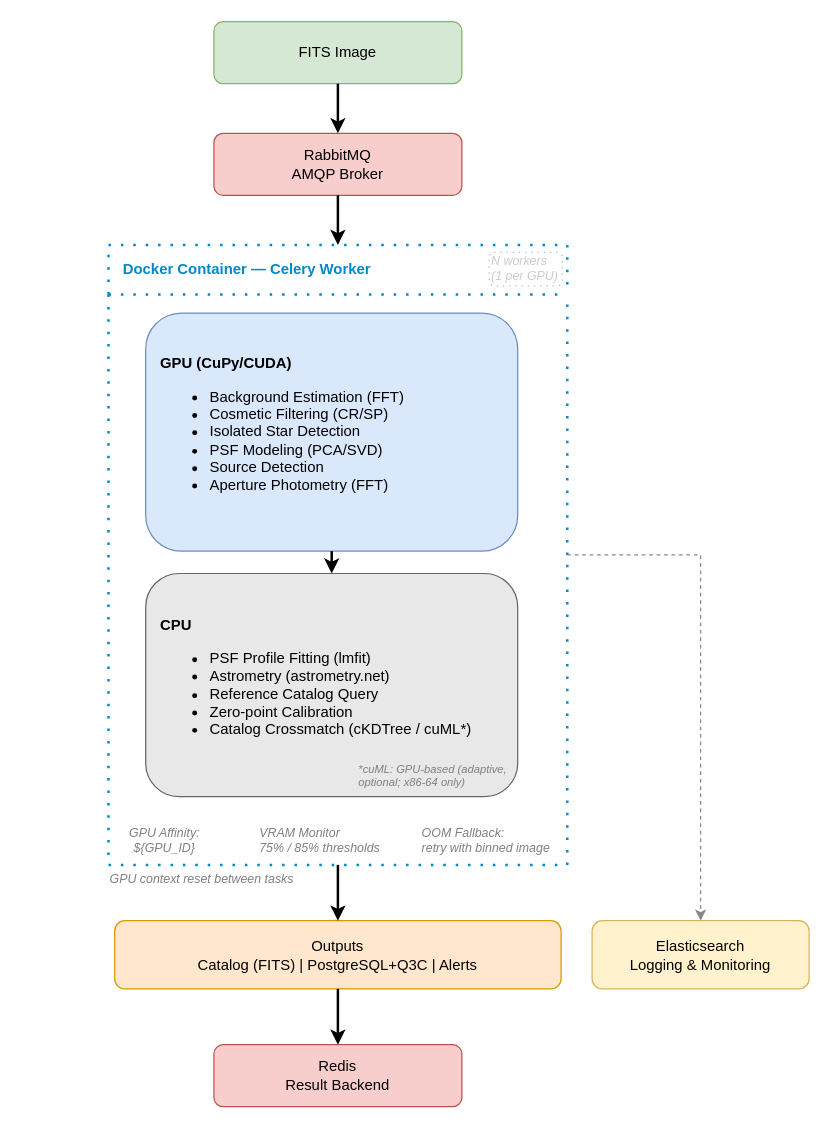
Before: GPUPhot.drawio.xml in Light-Bridges/GPUPhot, a draw.io diagram. Source tidied: cells renumbered, new cells numbered last; positions are measured from the earlier drawing's top-left corner, leaving out a move shared by most shapes. Both pictures are drawn from the tidied source at 124%, with x=0, y=0 at pixel (21, 21).
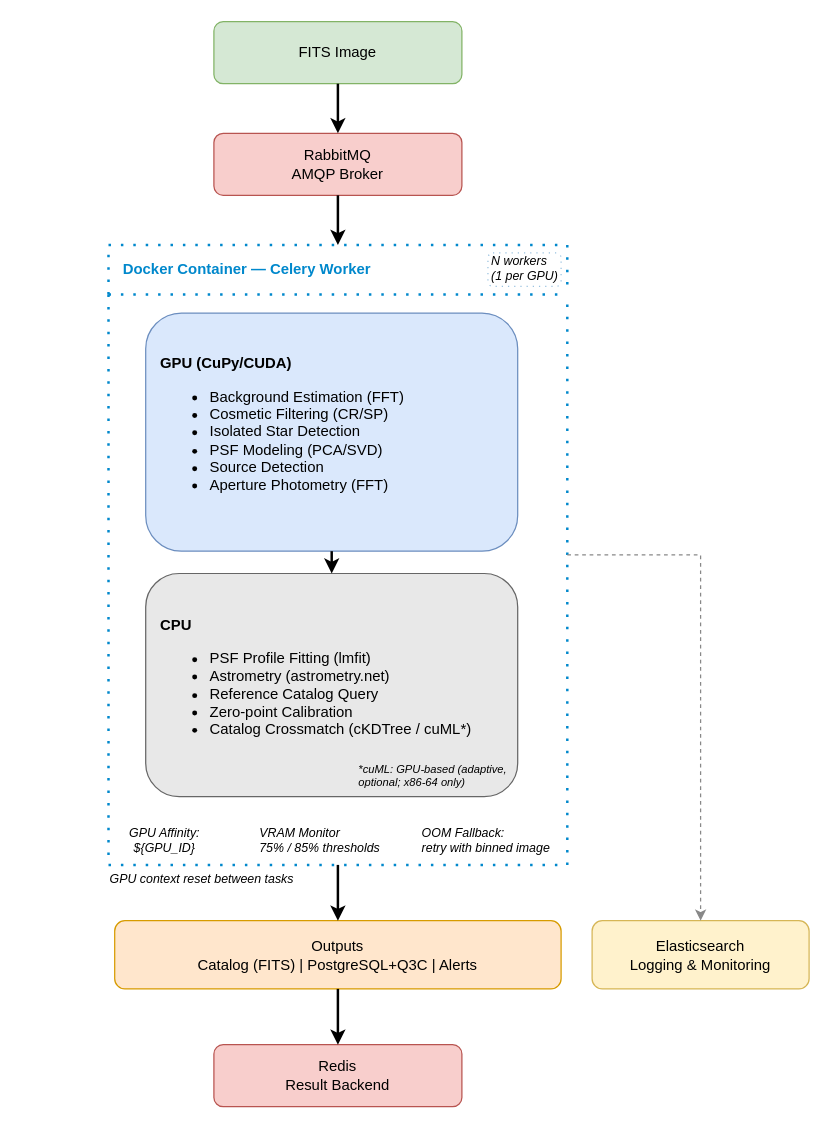
After the change.

The change refers to these unchanged cells:
```xml
<mxCell id="4" value="&lt;b&gt;Docker Container — Celery Worker&lt;/b&gt;" style="swimlane;whiteSpace=wrap;html=1;dashed=1;dashPattern=1 4;strokeColor=#0088cc;fillColor=none;fontColor=#0088cc;startSize=40;strokeWidth=2;align=left;spacingLeft=10;" parent="1" vertex="1">
  <mxGeometry x="70" y="180" width="370" height="500" as="geometry" />
</mxCell>
```

Diff of the diagram source:
```diff
@@
-<mxGraphModel>
+<mxGraphModel background="#ffffff">
@@
-    <mxCell id="8" value="GPU Affinity:&#10;${GPU_ID}" style="text;html=1;align=center;verticalAlign=middle;strokeColor=none;fillColor=none;fontColor=#7F7F7F;fontStyle=2;fontSize=10;" parent="4" vertex="1">
+    <mxCell id="8" value="GPU Affinity:&#10;${GPU_ID}" style="text;html=1;align=center;verticalAlign=middle;strokeColor=none;fillColor=none;fontColor=#000000;fontStyle=2;fontSize=10;" parent="4" vertex="1">
       <mxGeometry x="-40" y="463" width="170" height="34" as="geometry" />
     </mxCell>
-    <mxCell id="9" value="N workers&#10;(1 per GPU)" style="text;html=1;align=left;verticalAlign=middle;strokeColor=none;fillColor=none;fontColor=#7F7F7F;fontStyle=2;fontSize=10;" parent="4" vertex="1">
-      <mxGeometry x="307" y="3.5" width="112" height="30" as="geometry" />
-    </mxCell>
-    <mxCell id="10" style="rounded=1;whiteSpace=wrap;html=1;dashed=1;dashPattern=1 4;strokeColor=#5599cc;strokeWidth=1;fillColor=white;opacity=60;" parent="4" vertex="1">
-      <mxGeometry x="307" y="6" width="59" height="27" as="geometry" />
-    </mxCell>
-    <mxCell id="11" value="VRAM Monitor&#10;75% / 85% thresholds" style="text;html=1;align=left;verticalAlign=middle;strokeColor=none;fillColor=none;fontColor=#7F7F7F;fontStyle=2;fontSize=10;" parent="4" vertex="1">
+    <mxCell id="11" value="VRAM Monitor&#10;75% / 85% thresholds" style="text;html=1;align=left;verticalAlign=middle;strokeColor=none;fillColor=none;fontColor=#000000;fontStyle=2;fontSize=10;" parent="4" vertex="1">
       <mxGeometry x="120" y="460" width="158" height="40" as="geometry" />
     </mxCell>
-    <mxCell id="12" value="OOM Fallback:&#10;retry with binned image" style="text;html=1;align=left;verticalAlign=middle;strokeColor=none;fillColor=none;fontColor=#7F7F7F;fontStyle=2;fontSize=10;" parent="4" vertex="1">
+    <mxCell id="12" value="OOM Fallback:&#10;retry with binned image" style="text;html=1;align=left;verticalAlign=middle;strokeColor=none;fillColor=none;fontColor=#000000;fontStyle=2;fontSize=10;" parent="4" vertex="1">
       <mxGeometry x="251" y="460" width="158" height="40" as="geometry" />
     </mxCell>
-    <mxCell id="13" value="*cuML: GPU-based (adaptive,&#10;optional; x86-64 only)" style="text;html=1;align=left;verticalAlign=middle;strokeColor=none;fillColor=none;fontColor=#7F7F7F;fontStyle=2;fontSize=9;" parent="4" vertex="1">
+    <mxCell id="13" value="*cuML: GPU-based (adaptive,&#10;optional; x86-64 only)" style="text;html=1;align=left;verticalAlign=middle;strokeColor=none;fillColor=none;fontColor=#000000;fontStyle=2;fontSize=9;" parent="4" vertex="1">
       <mxGeometry x="200" y="411" width="162" height="34" as="geometry" />
     </mxCell>
+    <mxCell id="10" style="rounded=1;whiteSpace=wrap;html=1;dashed=1;dashPattern=1 4;strokeColor=#5599cc;strokeWidth=1;fillColor=white;opacity=60;fontColor=#000000;" parent="4" vertex="1">
+      <mxGeometry x="306" y="6.5" width="59" height="27" as="geometry" />
+    </mxCell>
+    <mxCell id="9" value="N workers&#10;(1 per GPU)" style="text;html=1;align=left;verticalAlign=middle;strokeColor=none;fillColor=none;fontColor=#000000;fontStyle=2;fontSize=10;" parent="4" vertex="1">
+      <mxGeometry x="307" y="3.5" width="112" height="30" as="geometry" />
+    </mxCell>
-    <mxCell id="14" value="GPU context reset between tasks" style="text;html=1;align=center;verticalAlign=middle;strokeColor=none;fillColor=none;fontColor=#7F7F7F;fontStyle=2;fontSize=10;" parent="1" vertex="1">
+    <mxCell id="14" value="GPU context reset between tasks" style="text;html=1;align=center;verticalAlign=middle;strokeColor=none;fillColor=none;fontColor=#000000;fontStyle=2;fontSize=10;" parent="1" vertex="1">
       <mxGeometry y="680" width="290" height="22" as="geometry" />
     </mxCell>
```
